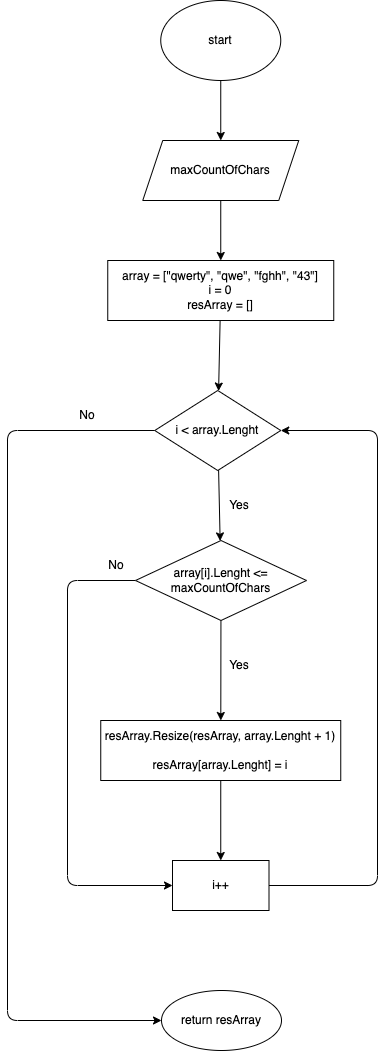
Earlier version of the draw.io export flowchart.drawio.png (npokhodnya/testGB_Developer). Source tidied: cells renumbered, new cells last; positions are measured from the earlier drawing's top-left corner, leaving out a move shared by most shapes.
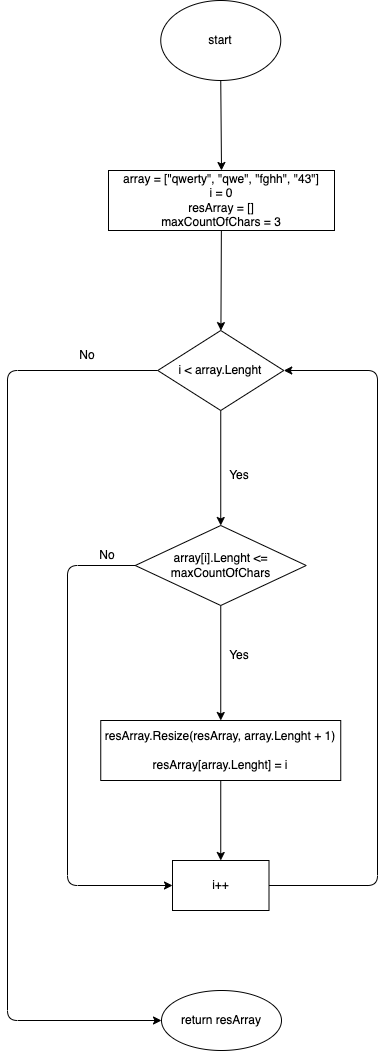
Above is the later version.

What changed in the source:
```diff
@@ -2,23 +2,20 @@
   <root>
     <mxCell id="0" />
     <mxCell id="1" parent="0" />
-    <mxCell id="2" style="edgeStyle=none;html=1;exitX=0.5;exitY=1;exitDx=0;exitDy=0;entryX=0.5;entryY=0;entryDx=0;entryDy=0;" parent="1" edge="1" source="3" target="22">
-      <mxGeometry relative="1" as="geometry" />
-    </mxCell>
     <mxCell id="3" value="start" style="ellipse;whiteSpace=wrap;html=1;" parent="1" vertex="1">
       <mxGeometry x="153.2" width="120" height="80" as="geometry" />
     </mxCell>
     <mxCell id="4" style="edgeStyle=none;html=1;" parent="1" edge="1" source="5" target="7">
       <mxGeometry relative="1" as="geometry" />
     </mxCell>
-    <mxCell id="5" value="array = [&quot;qwerty&quot;, &quot;qwe&quot;, &quot;fghh&quot;, &quot;43&quot;]&lt;br&gt;i = 0&lt;br&gt;resArray = []" style="whiteSpace=wrap;html=1;" parent="1" vertex="1">
-      <mxGeometry x="100.2" y="260" width="226" height="60" as="geometry" />
+    <mxCell id="5" value="array = [&quot;qwerty&quot;, &quot;qwe&quot;, &quot;fghh&quot;, &quot;43&quot;]&lt;br&gt;i = 0&lt;br&gt;resArray = []&lt;br&gt;maxCountOfChars = 3" style="whiteSpace=wrap;html=1;" parent="1" vertex="1">
+      <mxGeometry x="101" y="170" width="226" height="60" as="geometry" />
     </mxCell>
     <mxCell id="6" style="edgeStyle=none;html=1;" parent="1" edge="1" source="7" target="11">
       <mxGeometry relative="1" as="geometry" />
     </mxCell>
     <mxCell id="7" value="i &amp;lt; array.Lenght" style="rhombus;whiteSpace=wrap;html=1;" parent="1" vertex="1">
-      <mxGeometry x="147.2" y="390" width="126" height="80" as="geometry" />
+      <mxGeometry x="150.2" y="330" width="126" height="80" as="geometry" />
     </mxCell>
     <mxCell id="8" style="edgeStyle=none;html=1;" parent="1" edge="1" source="11" target="13">
       <mxGeometry relative="1" as="geometry" />
@@ -26,7 +23,7 @@
     <mxCell id="9" style="edgeStyle=none;html=1;exitX=0;exitY=0.5;exitDx=0;exitDy=0;entryX=0;entryY=0.5;entryDx=0;entryDy=0;" parent="1" edge="1" source="11" target="15">
       <mxGeometry relative="1" as="geometry">
         <Array as="points">
-          <mxPoint x="60" y="580" />
+          <mxPoint x="60" y="565" />
           <mxPoint x="60" y="885" />
         </Array>
       </mxGeometry>
@@ -34,13 +31,13 @@
     <mxCell id="10" style="edgeStyle=none;html=1;exitX=0;exitY=0.5;exitDx=0;exitDy=0;entryX=0;entryY=0.5;entryDx=0;entryDy=0;" parent="1" edge="1" source="7" target="16">
       <mxGeometry relative="1" as="geometry">
         <Array as="points">
-          <mxPoint y="430" />
+          <mxPoint y="370" />
           <mxPoint y="1020" />
         </Array>
       </mxGeometry>
     </mxCell>
     <mxCell id="11" value="array[i].Lenght &amp;lt;= maxCountOfChars" style="rhombus;whiteSpace=wrap;html=1;" parent="1" vertex="1">
-      <mxGeometry x="128" y="540" width="171" height="80" as="geometry" />
+      <mxGeometry x="127.8" y="525" width="171" height="80" as="geometry" />
     </mxCell>
     <mxCell id="12" style="edgeStyle=none;html=1;" parent="1" edge="1" source="13" target="15">
       <mxGeometry relative="1" as="geometry" />
@@ -52,7 +49,7 @@
       <mxGeometry relative="1" as="geometry">
         <Array as="points">
           <mxPoint x="370" y="885" />
-          <mxPoint x="370" y="430" />
+          <mxPoint x="370" y="370" />
         </Array>
       </mxGeometry>
     </mxCell>
@@ -63,22 +60,19 @@
       <mxGeometry x="154" y="990" width="120" height="60" as="geometry" />
     </mxCell>
     <mxCell id="17" value="No" style="text;html=1;strokeColor=none;fillColor=none;align=center;verticalAlign=middle;whiteSpace=wrap;rounded=0;" parent="1" vertex="1">
-      <mxGeometry x="79" y="550" width="60" height="30" as="geometry" />
+      <mxGeometry x="70" y="540" width="60" height="30" as="geometry" />
     </mxCell>
     <mxCell id="18" value="Yes" style="text;html=1;strokeColor=none;fillColor=none;align=center;verticalAlign=middle;whiteSpace=wrap;rounded=0;" parent="1" vertex="1">
-      <mxGeometry x="201.5" y="650" width="60" height="30" as="geometry" />
+      <mxGeometry x="201.5" y="640" width="60" height="30" as="geometry" />
     </mxCell>
     <mxCell id="19" value="Yes" style="text;html=1;strokeColor=none;fillColor=none;align=center;verticalAlign=middle;whiteSpace=wrap;rounded=0;" parent="1" vertex="1">
-      <mxGeometry x="201.5" y="490" width="60" height="30" as="geometry" />
+      <mxGeometry x="201.5" y="460" width="60" height="30" as="geometry" />
     </mxCell>
     <mxCell id="20" value="No" style="text;html=1;strokeColor=none;fillColor=none;align=center;verticalAlign=middle;whiteSpace=wrap;rounded=0;" parent="1" vertex="1">
-      <mxGeometry x="50" y="400" width="60" height="30" as="geometry" />
+      <mxGeometry x="50" y="340" width="60" height="30" as="geometry" />
     </mxCell>
-    <mxCell id="21" style="edgeStyle=none;html=1;exitX=0.5;exitY=1;exitDx=0;exitDy=0;entryX=0.5;entryY=0;entryDx=0;entryDy=0;" parent="1" edge="1" source="22" target="5">
+    <mxCell id="21" style="edgeStyle=none;html=1;exitX=0.5;exitY=1;exitDx=0;exitDy=0;entryX=0.5;entryY=0;entryDx=0;entryDy=0;" parent="1" edge="1" source="3" target="5">
       <mxGeometry relative="1" as="geometry" />
     </mxCell>
-    <mxCell id="22" value="maxCountOfChars" style="shape=parallelogram;perimeter=parallelogramPerimeter;whiteSpace=wrap;html=1;fixedSize=1;" parent="1" vertex="1">
-      <mxGeometry x="135.2" y="140" width="156" height="60" as="geometry" />
-    </mxCell>
   </root>
 </mxGraphModel>
```
